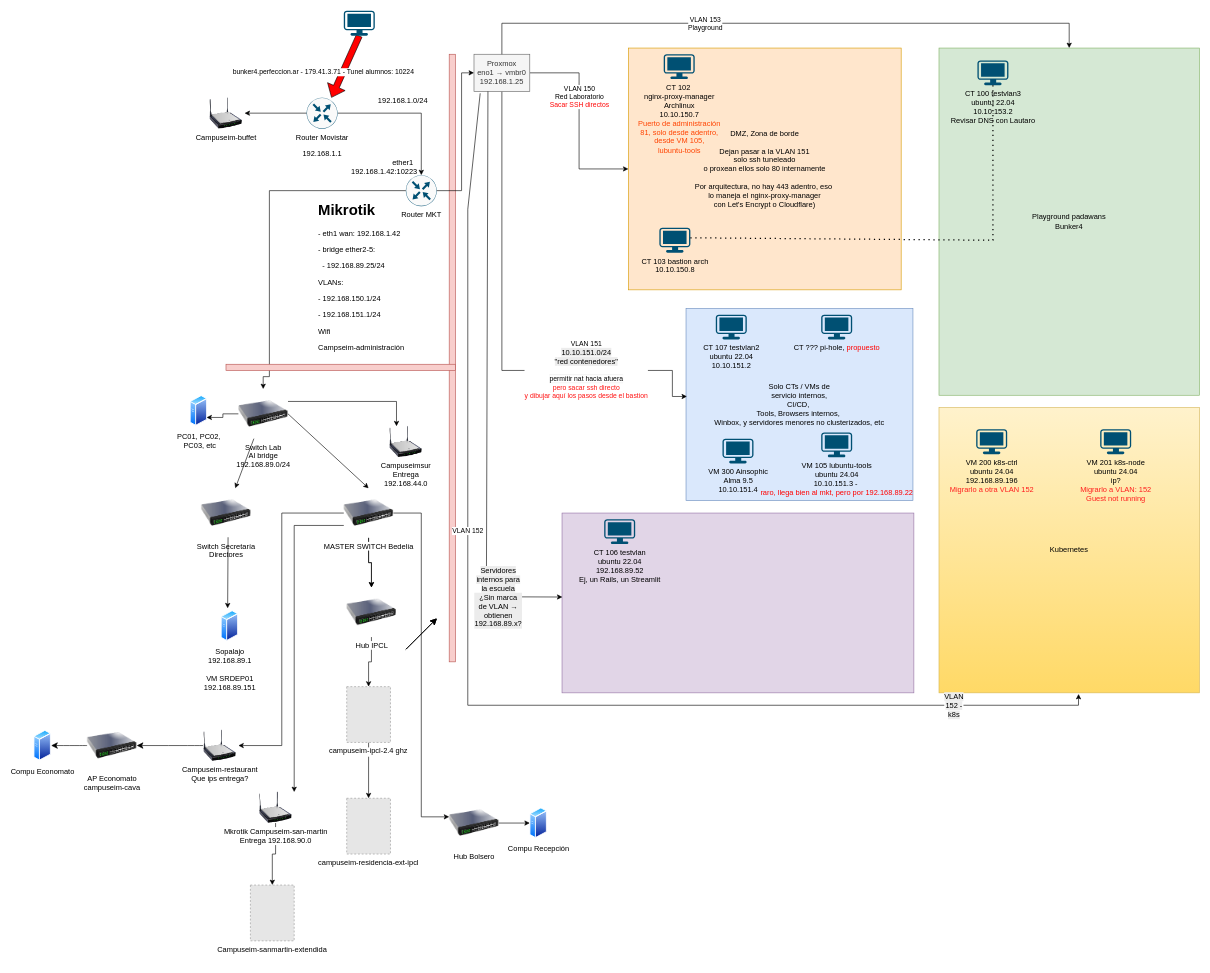
The draw.io diagram red proxmox.drawio in perfeccion-ar/infraestructura-clasica-y-avanzada, before the edit. Source tidied: cells renumbered, new cells numbered last; positions are measured from the earlier drawing's top-left corner, leaving out a move shared by most shapes. Both pictures are drawn from the tidied source at 62%, with x=0, y=0 at pixel (33, 11). Pictures stored in the file or linked from it are replaced by grey dashed boxes.
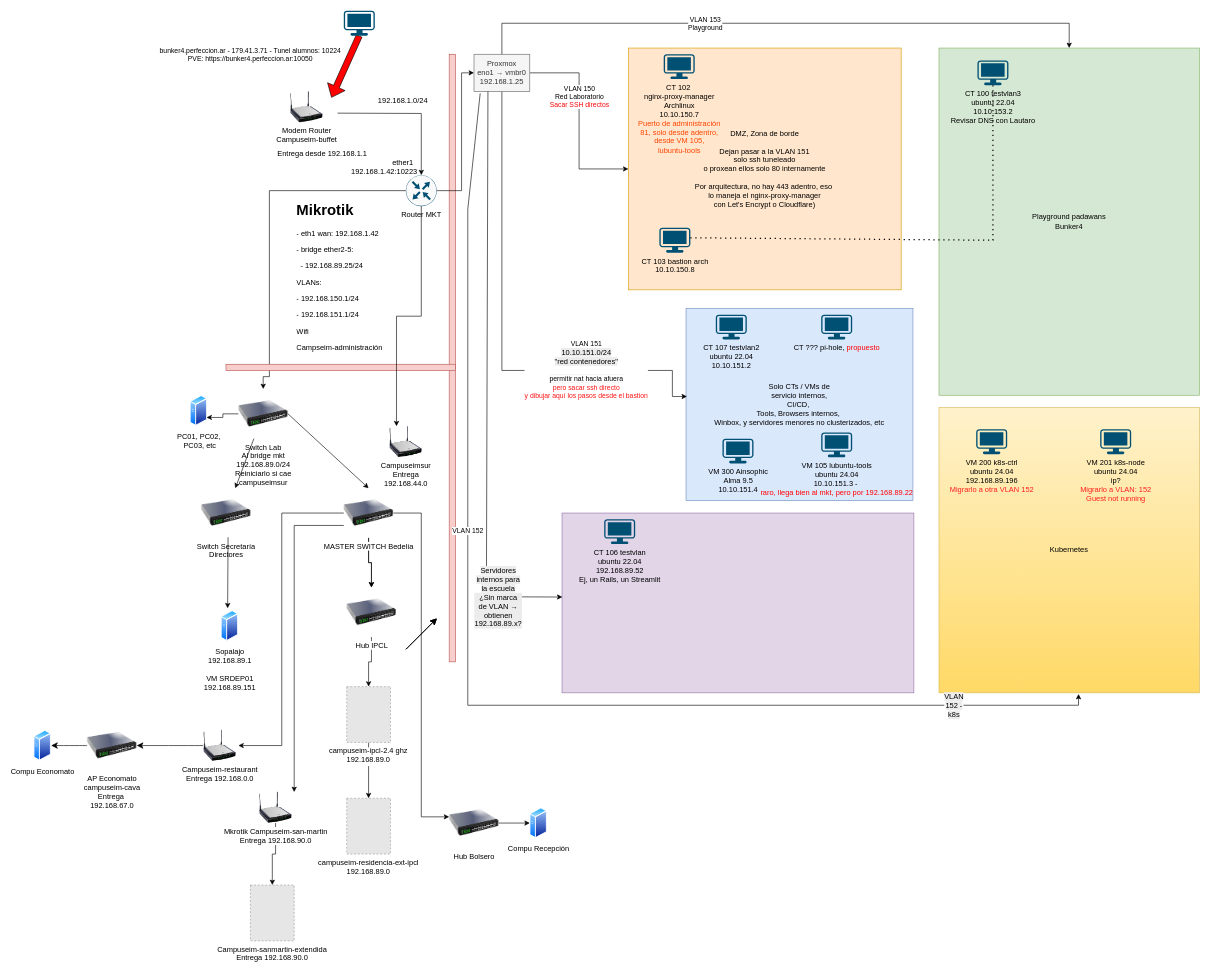
The same diagram, later.

Unchanged cells that the change refers to:
```xml
<mxCell id="8" value="Router MKT" style="sketch=0;points=[[0.5,0,0],[1,0.5,0],[0.5,1,0],[0,0.5,0],[0.145,0.145,0],[0.8555,0.145,0],[0.855,0.8555,0],[0.145,0.855,0]];verticalLabelPosition=bottom;html=1;verticalAlign=top;align=center;shape=mxgraph.cisco19.rect;prIcon=router;fillColor=#FAFAFA;strokeColor=#005073;" parent="1" vertex="1">
  <mxGeometry x="600" y="265" width="50" height="50" as="geometry" />
</mxCell>
<mxCell id="17" style="shape=flexArrow;endArrow=classic;html=1;rounded=0;entryX=0.742;entryY=-0.065;entryDx=0;entryDy=0;entryPerimeter=0;fillColor=#FF0000;exitX=0.5;exitY=1;exitDx=0;exitDy=0;exitPerimeter=0;" parent="1" edge="1" source="19">
  <mxGeometry relative="1" as="geometry">
    <mxPoint x="480" y="140" as="targetPoint" />
  </mxGeometry>
</mxCell>
<mxCell id="38" value="Campuseimsur&lt;div&gt;Entrega&lt;/div&gt;&lt;div&gt;192.168.44.0&lt;/div&gt;" style="image;html=1;image=img/lib/clip_art/networking/Wireless_Router_N_128x128.png;" parent="1" vertex="1">
  <mxGeometry x="570" y="670" width="60" height="50" as="geometry" />
</mxCell>
```

What changed in the source:
```diff
@@
-    <mxCell id="15" style="edgeStyle=orthogonalEdgeStyle;rounded=0;jettySize=auto;html=1;exitX=1;exitY=0.5;exitDx=0;exitDy=0;exitPerimeter=0;" parent="1" edge="1" source="16" target="8">
-      <mxGeometry relative="1" as="geometry" />
+    <mxCell id="15" style="edgeStyle=orthogonalEdgeStyle;rounded=0;jettySize=auto;html=1;exitX=1;exitY=0.5;exitDx=0;exitDy=0;exitPerimeter=0;" parent="1" edge="1" target="8">
+      <mxGeometry relative="1" as="geometry">
+        <mxPoint x="490" y="165" as="sourcePoint" />
+      </mxGeometry>
     </mxCell>
-    <mxCell id="16" value="Router Movistar" style="sketch=0;points=[[0.5,0,0],[1,0.5,0],[0.5,1,0],[0,0.5,0],[0.145,0.145,0],[0.8555,0.145,0],[0.855,0.8555,0],[0.145,0.855,0]];verticalLabelPosition=bottom;html=1;verticalAlign=top;align=center;shape=mxgraph.cisco19.rect;prIcon=router;fillColor=#FAFAFA;strokeColor=#005073;" parent="1" vertex="1">
-      <mxGeometry x="440" y="140" width="50" height="50" as="geometry" />
-    </mxCell>
@@
-    <mxCell id="18" value="bunker4.perfeccion.ar - 179.41.3.71 - Tunel alumnos: 10224" style="edgeLabel;html=1;align=center;verticalAlign=middle;" parent="17" vertex="1">
+    <mxCell id="18" value="bunker4.perfeccion.ar - 179.41.3.71 - Tunel alumnos: 10224&lt;div&gt;PVE: https://bunker4.perfeccion.ar:10050&lt;/div&gt;" style="edgeLabel;html=1;align=center;verticalAlign=middle;" parent="17" vertex="1">
       <mxGeometry x="0.71" y="-5" relative="1" as="geometry">
-        <mxPoint x="-15" y="-25" as="offset" />
+        <mxPoint x="-133" y="-53" as="offset" />
       </mxGeometry>
     </mxCell>
@@
-    <mxCell id="23" value="192.168.1.1" style="text;html=1;align=center;verticalAlign=middle;strokeColor=none;fillColor=none;" parent="1" vertex="1">
-      <mxGeometry x="420" y="215" width="90" height="30" as="geometry" />
+    <mxCell id="23" value="Entrega desde 192.168.1.1" style="text;html=1;align=center;verticalAlign=middle;strokeColor=none;fillColor=none;" parent="1" vertex="1">
+      <mxGeometry x="380" y="215" width="170" height="30" as="geometry" />
     </mxCell>
@@
     <mxCell id="37" value="&lt;h1 style=&quot;margin-top: 0px;&quot;&gt;Mikrotik&lt;/h1&gt;&lt;p&gt;- eth1 wan: 192.168.1.42&lt;/p&gt;&lt;p&gt;- bridge ether2-5:&lt;/p&gt;&lt;p&gt;&amp;nbsp; - 192.168.89.25/24&lt;/p&gt;&lt;p&gt;VLANs:&amp;nbsp;&lt;/p&gt;&lt;p&gt;- 192.168.150.1/24&lt;/p&gt;&lt;p&gt;- 192.168.151.1/24&lt;/p&gt;&lt;p&gt;Wifi&lt;/p&gt;&lt;p&gt;Campseim-administración&lt;/p&gt;" style="text;html=1;whiteSpace=wrap;overflow=hidden;rounded=0;" parent="1" vertex="1">
-      <mxGeometry x="457" y="300" width="190" height="260" as="geometry" />
+      <mxGeometry x="422.3" y="300" width="153" height="260" as="geometry" />
     </mxCell>
@@
-    <mxCell id="39" value="Campuseim-buffet" style="image;html=1;image=img/lib/clip_art/networking/Wireless_Router_N_128x128.png;" parent="1" vertex="1">
-      <mxGeometry x="280" y="140" width="60" height="50" as="geometry" />
+    <mxCell id="39" value="&lt;div&gt;Modem Router&lt;/div&gt;Campuseim-buffet" style="image;html=1;image=img/lib/clip_art/networking/Wireless_Router_N_128x128.png;" parent="1" vertex="1">
+      <mxGeometry x="410" y="130" width="60" height="50" as="geometry" />
     </mxCell>
-    <mxCell id="40" style="endArrow=classic;html=1;rounded=0;exitX=0;exitY=0.5;exitDx=0;exitDy=0;exitPerimeter=0;entryX=1;entryY=0.5;entryDx=0;entryDy=0;" parent="1" edge="1" source="16" target="39">
-      <mxGeometry relative="1" as="geometry" />
-    </mxCell>
@@
-    <mxCell id="42" style="edgeStyle=orthogonalEdgeStyle;rounded=0;jettySize=auto;html=1;exitX=1;exitY=0.25;exitDx=0;exitDy=0;entryX=0.25;entryY=0;entryDx=0;entryDy=0;" parent="1" edge="1" source="43" target="38">
+    <mxCell id="42" style="edgeStyle=orthogonalEdgeStyle;rounded=0;jettySize=auto;html=1;exitX=0.5;exitY=1;exitDx=0;exitDy=0;entryX=0.25;entryY=0;entryDx=0;entryDy=0;exitPerimeter=0;" parent="1" edge="1" source="8" target="38">
       <mxGeometry relative="1" as="geometry" />
     </mxCell>
-    <mxCell id="43" value="Switch Lab&lt;div&gt;Al bridge&lt;/div&gt;&lt;div&gt;192.168.89.0/24&lt;/div&gt;" style="image;html=1;image=img/lib/clip_art/networking/Switch_128x128.png;" parent="1" vertex="1">
+    <mxCell id="43" value="Switch Lab&lt;div&gt;Al bridge mkt&lt;/div&gt;&lt;div&gt;192.168.89.0/24&lt;/div&gt;&lt;div&gt;Reiniciarlo si cae&lt;/div&gt;&lt;div&gt;campuseimsur&lt;/div&gt;" style="image;html=1;image=img/lib/clip_art/networking/Switch_128x128.png;" parent="1" vertex="1">
       <mxGeometry x="330" y="610" width="80" height="80" as="geometry" />
     </mxCell>
@@
-    <mxCell id="62" value="campuseim-ipcl-2.4 ghz" style="fillColor=#E6E6E6;strokeColor=#999999;dashed=1;verticalLabelPosition=bottom;labelBackgroundColor=default;verticalAlign=top;" parent="1" vertex="1">
+    <mxCell id="62" value="campuseim-ipcl-2.4 ghz&#10;192.168.89.0" style="fillColor=#E6E6E6;strokeColor=#999999;dashed=1;verticalLabelPosition=bottom;labelBackgroundColor=default;verticalAlign=top;" parent="1" vertex="1">
       <mxGeometry x="504.7" y="1090" width="70.6" height="90" as="geometry" />
     </mxCell>
@@
-    <mxCell id="65" value="campuseim-residencia-ext-ipcl" style="fillColor=#E6E6E6;strokeColor=#999999;dashed=1;verticalLabelPosition=bottom;labelBackgroundColor=default;verticalAlign=top;" parent="1" vertex="1">
+    <mxCell id="65" value="campuseim-residencia-ext-ipcl&#10;192.168.89.0" style="fillColor=#E6E6E6;strokeColor=#999999;dashed=1;verticalLabelPosition=bottom;labelBackgroundColor=default;verticalAlign=top;" parent="1" vertex="1">
       <mxGeometry x="504.7" y="1270" width="70.6" height="90" as="geometry" />
     </mxCell>
@@
-    <mxCell id="72" value="Campuseim-sanmartin-extendida" style="fillColor=#E6E6E6;strokeColor=#999999;dashed=1;verticalLabelPosition=bottom;labelBackgroundColor=default;verticalAlign=top;" parent="1" vertex="1">
+    <mxCell id="72" value="Campuseim-sanmartin-extendida&#10;Entrega 192.168.90.0" style="fillColor=#E6E6E6;strokeColor=#999999;dashed=1;verticalLabelPosition=bottom;labelBackgroundColor=default;verticalAlign=top;" parent="1" vertex="1">
       <mxGeometry x="349.4" y="1410" width="70.6" height="90" as="geometry" />
     </mxCell>
@@
-    <mxCell id="74" value="Campuseim-restaurant&lt;div&gt;Que ips entrega?&lt;/div&gt;" style="image;html=1;image=img/lib/clip_art/networking/Wireless_Router_N_128x128.png;" parent="1" vertex="1">
+    <mxCell id="74" value="Campuseim-restaurant&lt;div&gt;Entrega 192.168.0.0&lt;/div&gt;" style="image;html=1;image=img/lib/clip_art/networking/Wireless_Router_N_128x128.png;" parent="1" vertex="1">
       <mxGeometry x="270" y="1160" width="60" height="50" as="geometry" />
     </mxCell>
@@
-    <mxCell id="78" value="AP Economato&lt;div&gt;campuseim-cava&lt;/div&gt;" style="image;html=1;image=img/lib/clip_art/networking/Switch_128x128.png;" parent="1" vertex="1">
+    <mxCell id="78" value="AP Economato&lt;div&gt;campuseim-cava&lt;/div&gt;&lt;div&gt;Entrega&amp;nbsp;&lt;/div&gt;&lt;div&gt;192.168.67.0&lt;/div&gt;" style="image;html=1;image=img/lib/clip_art/networking/Switch_128x128.png;" parent="1" vertex="1">
       <mxGeometry x="86" y="1145" width="80" height="80" as="geometry" />
     </mxCell>
```
